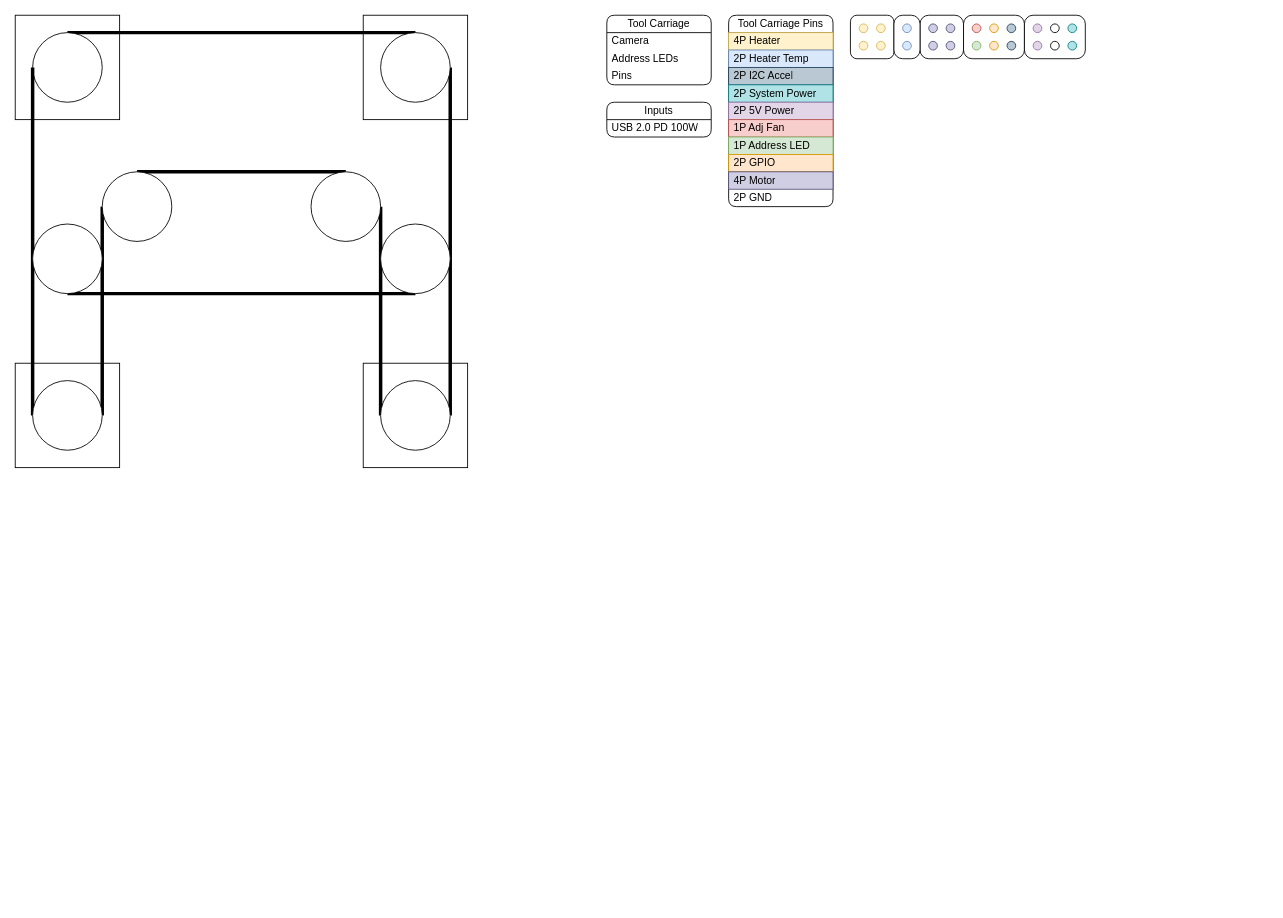
This is Documents/Raven.drawio from XCR1793/Raven-3D, a draw.io file, before an edit. Source tidied: cells renumbered, new cells numbered last; positions are measured from the earlier drawing's top-left corner, leaving out a move shared by most shapes. Both pictures are drawn from the tidied source at 87%, with x=0, y=0 at pixel (15, 15).
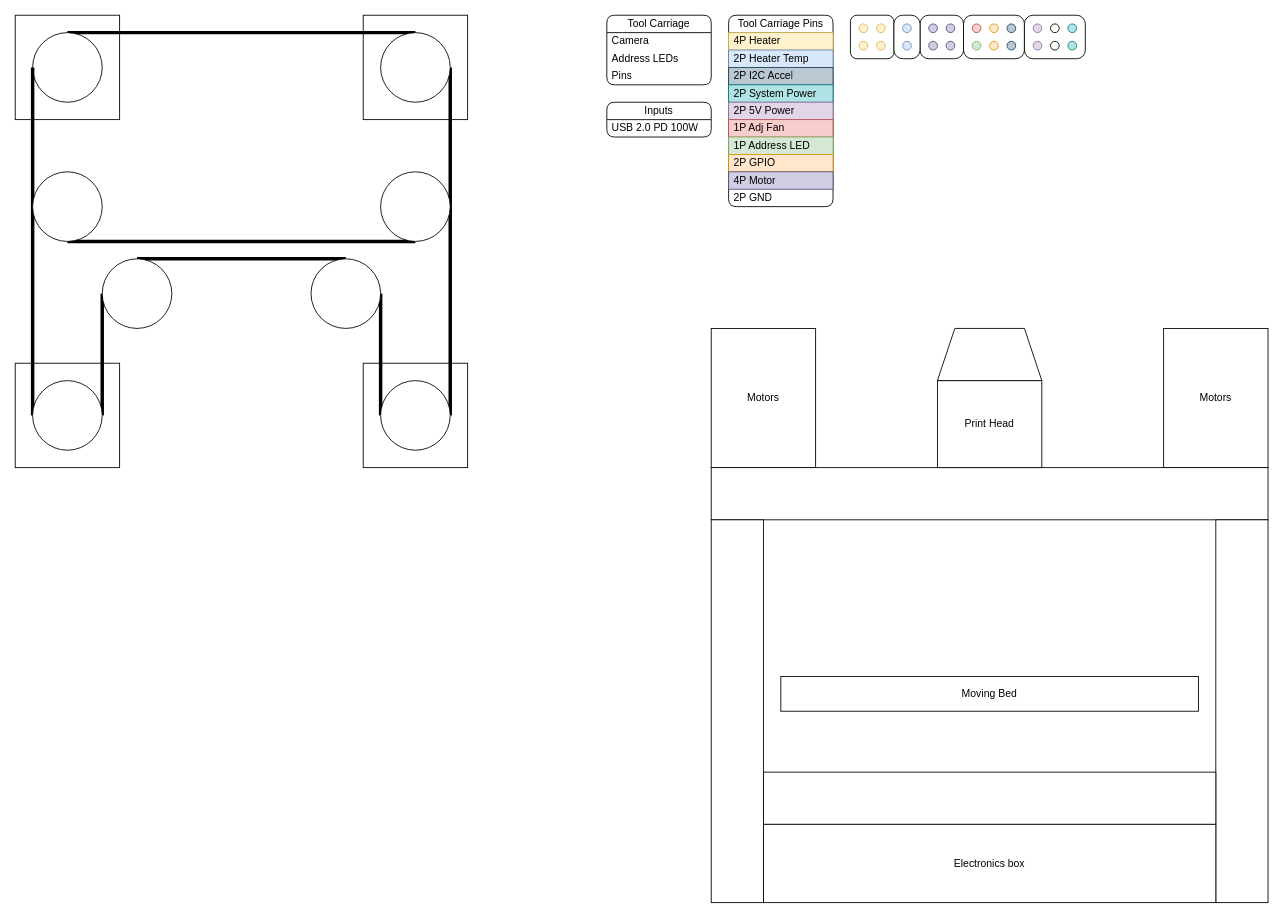
Above is the later version.

Commit message:
Added Overall Hardware Format Ideation

Diff of the diagram source:
```diff
@@
     <mxCell id="16" style="ellipse;whiteSpace=wrap;html=1;" parent="1" vertex="1">
-      <mxGeometry x="100" y="180" width="80" height="80" as="geometry" />
+      <mxGeometry x="100" y="280" width="80" height="80" as="geometry" />
     </mxCell>
     <mxCell id="17" style="ellipse;whiteSpace=wrap;html=1;" parent="1" vertex="1">
-      <mxGeometry x="340" y="180" width="80" height="80" as="geometry" />
+      <mxGeometry x="340" y="280" width="80" height="80" as="geometry" />
     </mxCell>
@@
     <mxCell id="19" style="ellipse;whiteSpace=wrap;html=1;" parent="1" vertex="1">
-      <mxGeometry x="20" y="240" width="80" height="80" as="geometry" />
+      <mxGeometry x="20" y="180" width="80" height="80" as="geometry" />
     </mxCell>
     <mxCell id="20" style="ellipse;whiteSpace=wrap;html=1;" parent="1" vertex="1">
-      <mxGeometry x="420" y="240" width="80" height="80" as="geometry" />
+      <mxGeometry x="420" y="180" width="80" height="80" as="geometry" />
     </mxCell>
@@
+    <mxCell id="65" value="Motors" style="rounded=0;whiteSpace=wrap;html=1;" parent="1" vertex="1">
+      <mxGeometry x="800" y="360" width="120" height="160" as="geometry" />
+    </mxCell>
+    <mxCell id="66" value="Motors" style="rounded=0;whiteSpace=wrap;html=1;" parent="1" vertex="1">
+      <mxGeometry x="1320" y="360" width="120" height="160" as="geometry" />
+    </mxCell>
+    <mxCell id="67" style="rounded=0;whiteSpace=wrap;html=1;" parent="1" vertex="1">
+      <mxGeometry x="800" y="520" width="640" height="60" as="geometry" />
+    </mxCell>
+    <mxCell id="68" value="Print Head" style="rounded=0;whiteSpace=wrap;html=1;" parent="1" vertex="1">
+      <mxGeometry x="1060" y="420" width="120" height="100" as="geometry" />
+    </mxCell>
+    <mxCell id="69" style="shape=trapezoid;perimeter=trapezoidPerimeter;whiteSpace=wrap;html=1;fixedSize=1;" parent="1" vertex="1">
+      <mxGeometry x="1060" y="360" width="120" height="60" as="geometry" />
+    </mxCell>
+    <mxCell id="70" style="rounded=0;whiteSpace=wrap;html=1;" parent="1" vertex="1">
+      <mxGeometry x="800" y="580" width="60" height="440" as="geometry" />
+    </mxCell>
+    <mxCell id="71" style="rounded=0;whiteSpace=wrap;html=1;" parent="1" vertex="1">
+      <mxGeometry x="1380" y="580" width="60" height="440" as="geometry" />
+    </mxCell>
+    <mxCell id="72" style="rounded=0;whiteSpace=wrap;html=1;" parent="1" vertex="1">
+      <mxGeometry x="860" y="870" width="520" height="60" as="geometry" />
+    </mxCell>
+    <mxCell id="73" value="Electronics box" style="rounded=0;whiteSpace=wrap;html=1;" parent="1" vertex="1">
+      <mxGeometry x="860" y="930" width="520" height="90" as="geometry" />
+    </mxCell>
+    <mxCell id="74" value="Moving Bed" style="rounded=0;whiteSpace=wrap;html=1;" parent="1" vertex="1">
+      <mxGeometry x="880" y="760" width="480" height="40" as="geometry" />
+    </mxCell>
```
